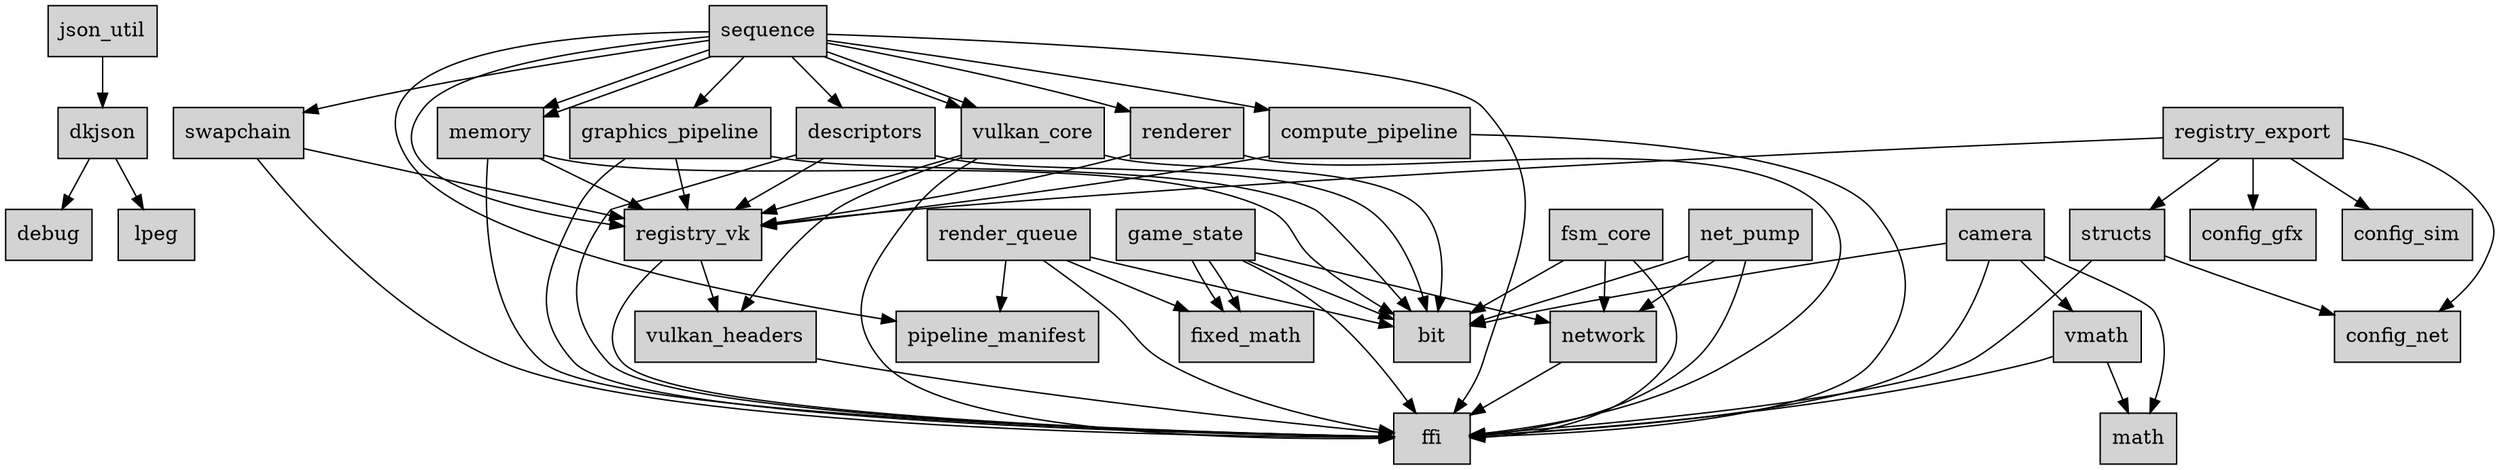
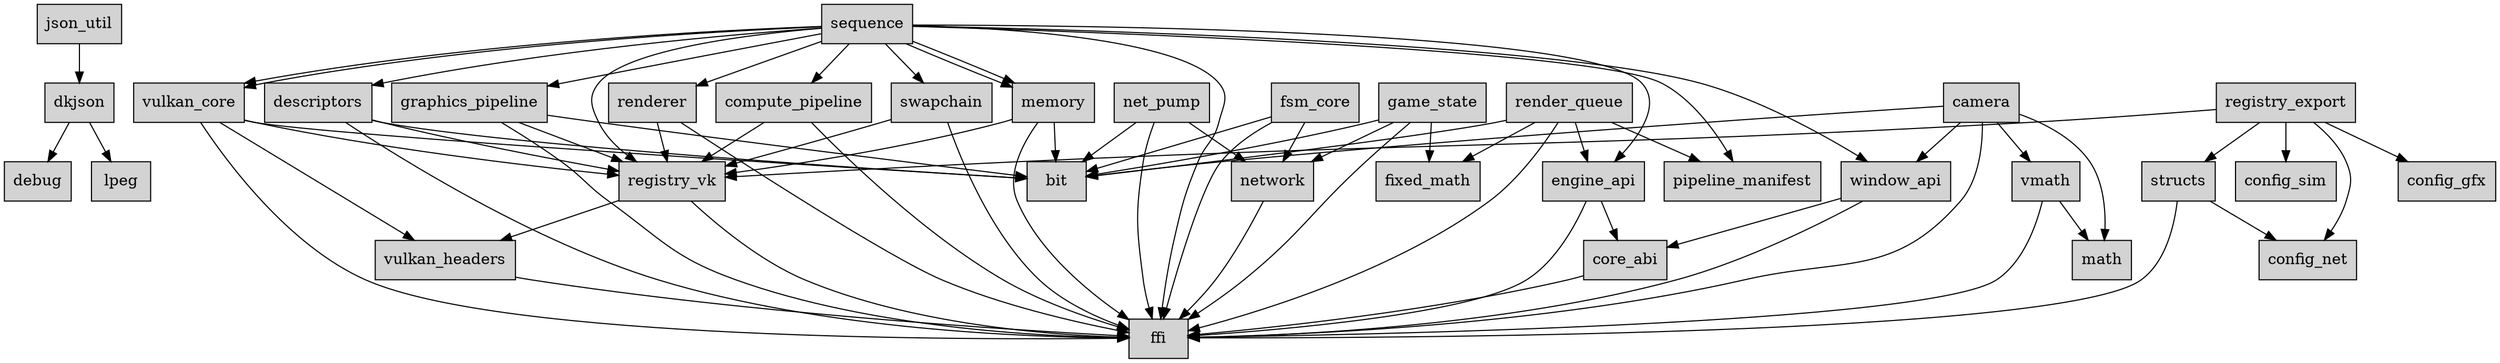
digraph WeaverEngine {
  node [shape=box, style=filled, fillcolor=lightgray];
  "json_util" -> "dkjson";
  "game_state" -> "ffi";
  "game_state" -> "bit";
  "game_state" -> "network";
-   "game_state" -> "fixed_math";
  "game_state" -> "fixed_math";
  "config_net";
  "renderer" -> "ffi";
  "renderer" -> "registry_vk";
  "pipeline_manifest";
  "network" -> "ffi";
  "net_pump" -> "ffi";
  "net_pump" -> "bit";
  "net_pump" -> "network";
  "compute_pipeline" -> "ffi";
  "compute_pipeline" -> "registry_vk";
  "registry_vk" -> "ffi";
  "registry_vk" -> "vulkan_headers";
  "vulkan_core" -> "ffi";
  "vulkan_core" -> "bit";
  "vulkan_core" -> "vulkan_headers";
  "vulkan_core" -> "registry_vk";
+   "core_abi" -> "ffi";
  "descriptors" -> "ffi";
  "descriptors" -> "bit";
  "descriptors" -> "registry_vk";
  "swapchain" -> "ffi";
  "swapchain" -> "registry_vk";
  "graphics_pipeline" -> "ffi";
  "graphics_pipeline" -> "bit";
  "graphics_pipeline" -> "registry_vk";
  "camera" -> "ffi";
  "camera" -> "math";
  "camera" -> "bit";
  "camera" -> "vmath";
+   "camera" -> "window_api";
  "config_gfx";
  "dkjson" -> "debug";
  "dkjson" -> "lpeg";
  "structs" -> "ffi";
  "structs" -> "config_net";
+   "window_api" -> "ffi";
+   "window_api" -> "core_abi";
  "sequence" -> "ffi";
  "sequence" -> "registry_vk";
  "sequence" -> "pipeline_manifest";
+   "sequence" -> "window_api";
+   "sequence" -> "engine_api";
  "sequence" -> "vulkan_core";
  "sequence" -> "vulkan_core";
  "sequence" -> "memory";
  "sequence" -> "swapchain";
  "sequence" -> "descriptors";
  "sequence" -> "memory";
  "sequence" -> "compute_pipeline";
  "sequence" -> "graphics_pipeline";
  "sequence" -> "renderer";
  "memory" -> "ffi";
  "memory" -> "bit";
  "memory" -> "registry_vk";
  "config_sim";
  "fsm_core" -> "network";
  "fsm_core" -> "bit";
  "fsm_core" -> "ffi";
  "registry_export" -> "structs";
  "registry_export" -> "config_gfx";
  "registry_export" -> "config_sim";
  "registry_export" -> "config_net";
  "registry_export" -> "registry_vk";
  "fixed_math";
  "vulkan_headers" -> "ffi";
  "vmath" -> "ffi";
  "vmath" -> "math";
+   "engine_api" -> "ffi";
+   "engine_api" -> "core_abi";
  "render_queue" -> "ffi";
  "render_queue" -> "pipeline_manifest";
  "render_queue" -> "bit";
  "render_queue" -> "fixed_math";
+   "render_queue" -> "engine_api";
}